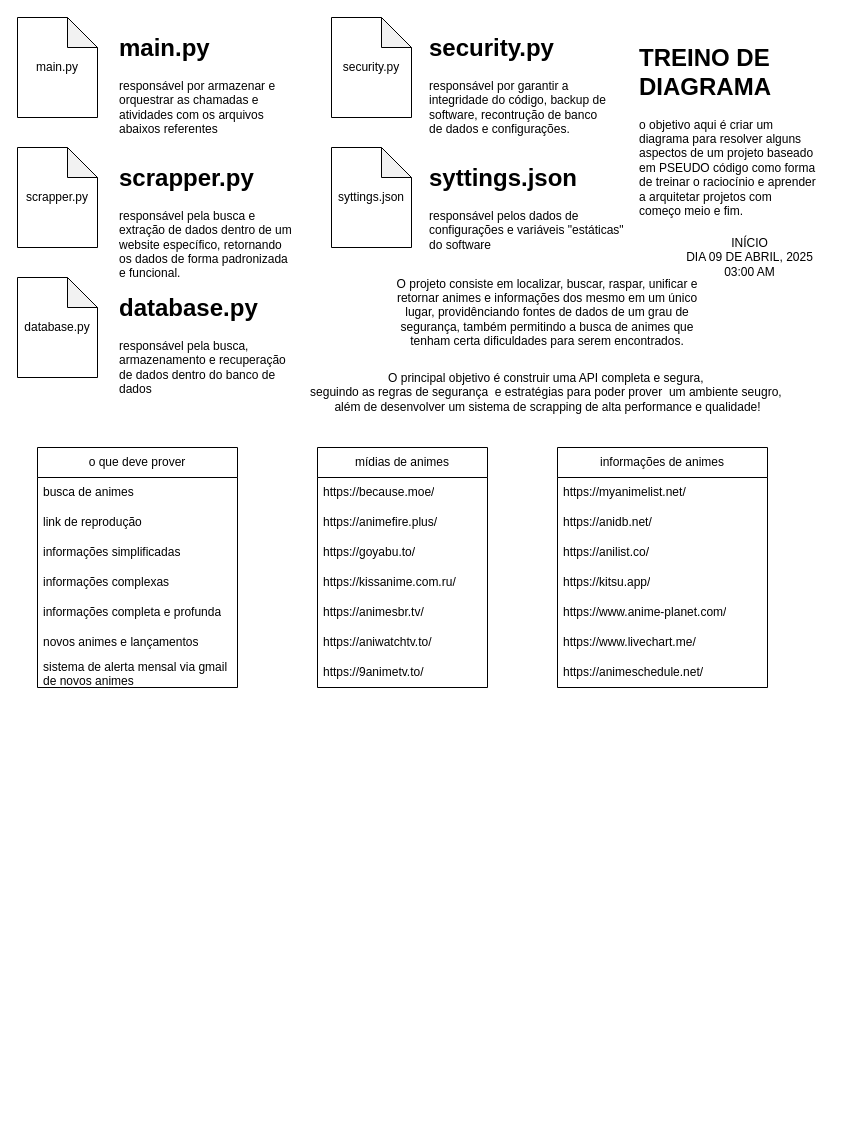
developer-marcos-henrique/AnimeAllOneAPI keeps this draw.io diagram as animeAPI.drawio. Above is the earlier version. Source tidied: cells renumbered, new cells numbered last; positions are measured from the earlier drawing's top-left corner, leaving out a move shared by most shapes. Both pictures are drawn from the tidied source at 100%, with x=0, y=0 at pixel (17, 17).
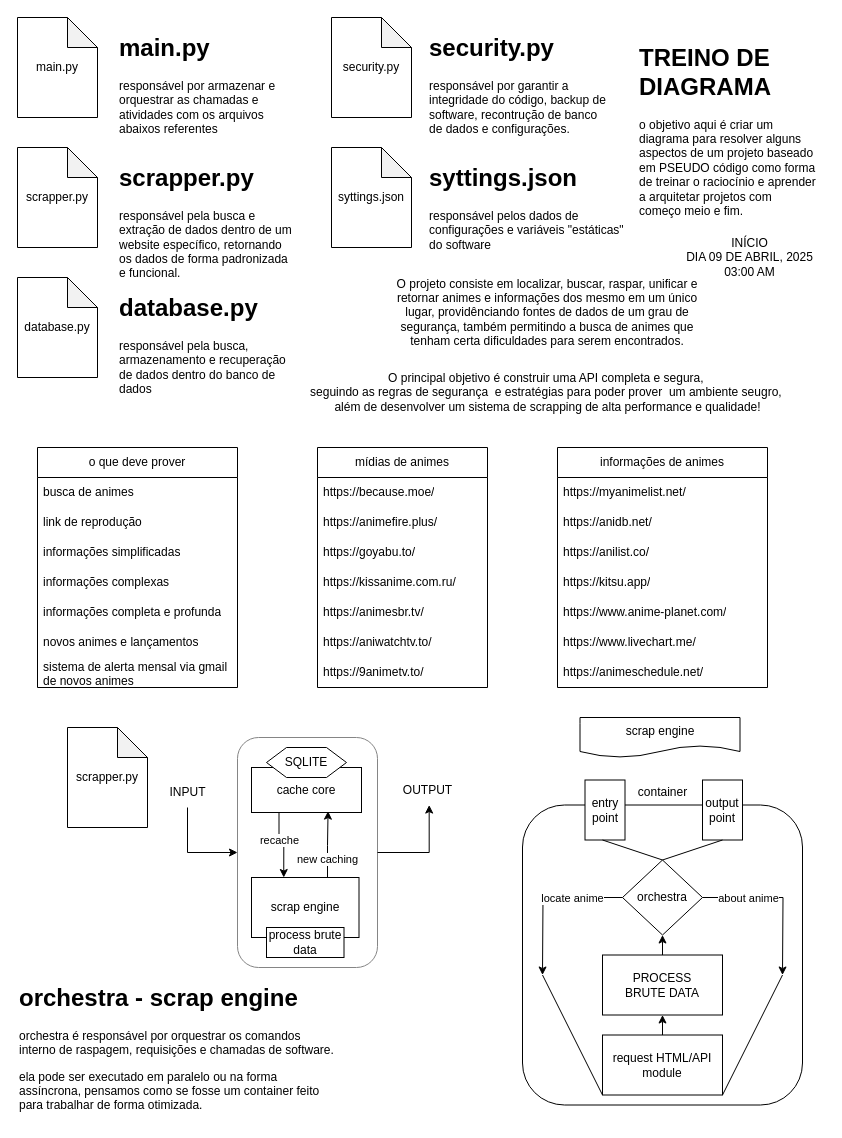
After the change.

The edit, as a diff of the source:
```diff
@@
+    <mxCell id="40" style="rounded=1;whiteSpace=wrap;html=1;" parent="1" vertex="1">
+      <mxGeometry x="505" y="787.5" width="280" height="300" as="geometry" />
+    </mxCell>
+    <mxCell id="41" style="rounded=1;whiteSpace=wrap;html=1;rotation=0;fontColor=#858585;strokeColor=#858585;" parent="1" vertex="1">
+      <mxGeometry x="220" y="720" width="140" height="230" as="geometry" />
+    </mxCell>
@@
+    <mxCell id="42" value="scrapper.py" style="shape=note;whiteSpace=wrap;html=1;backgroundOutline=1;darkOpacity=0.05;" parent="1" vertex="1">
+      <mxGeometry x="50" y="710" width="80" height="100" as="geometry" />
+    </mxCell>
+    <mxCell id="43" value="scrap engine" style="whiteSpace=wrap;html=1;" parent="1" vertex="1">
+      <mxGeometry x="234" y="860" width="107.5" height="60" as="geometry" />
+    </mxCell>
+    <mxCell id="44" style="edgeStyle=orthogonalEdgeStyle;rounded=0;jettySize=auto;html=1;exitX=0.25;exitY=1;exitDx=0;exitDy=0;entryX=0.3;entryY=0;entryDx=0;entryDy=0;entryPerimeter=0;" parent="1" edge="1" source="46" target="43">
+      <mxGeometry relative="1" as="geometry" />
+    </mxCell>
+    <mxCell id="45" value="recache" style="edgeLabel;html=1;align=center;verticalAlign=middle;" parent="44" vertex="1">
+      <mxGeometry x="-0.19" relative="1" as="geometry">
+        <mxPoint y="-1" as="offset" />
+      </mxGeometry>
+    </mxCell>
+    <mxCell id="46" value="cache core" style="whiteSpace=wrap;html=1;align=center;" parent="1" vertex="1">
+      <mxGeometry x="234" y="750" width="110" height="45" as="geometry" />
+    </mxCell>
+    <mxCell id="47" value="process brute data" style="whiteSpace=wrap;html=1;" parent="1" vertex="1">
+      <mxGeometry x="249" y="910" width="77.5" height="30" as="geometry" />
+    </mxCell>
+    <mxCell id="48" value="SQLITE" style="shape=hexagon;perimeter=hexagonPerimeter2;whiteSpace=wrap;html=1;fixedSize=1;" parent="1" vertex="1">
+      <mxGeometry x="249" y="730" width="80" height="30" as="geometry" />
+    </mxCell>
+    <mxCell id="49" style="edgeStyle=orthogonalEdgeStyle;rounded=0;jettySize=auto;html=1;exitX=0.75;exitY=0;exitDx=0;exitDy=0;entryX=0.696;entryY=0.97;entryDx=0;entryDy=0;entryPerimeter=0;" parent="1" edge="1" source="43" target="46">
+      <mxGeometry relative="1" as="geometry">
+        <Array as="points">
+          <mxPoint x="310" y="828" />
+          <mxPoint x="311" y="828" />
+        </Array>
+      </mxGeometry>
+    </mxCell>
+    <mxCell id="50" value="new caching" style="edgeLabel;html=1;align=center;verticalAlign=middle;" parent="49" vertex="1">
+      <mxGeometry x="0.09" y="1" relative="1" as="geometry">
+        <mxPoint y="16" as="offset" />
+      </mxGeometry>
+    </mxCell>
+    <mxCell id="51" style="edgeStyle=orthogonalEdgeStyle;rounded=0;jettySize=auto;html=1;entryX=0;entryY=0.5;entryDx=0;entryDy=0;" parent="1" edge="1" source="52" target="41">
+      <mxGeometry relative="1" as="geometry">
+        <Array as="points">
+          <mxPoint x="170" y="835" />
+        </Array>
+      </mxGeometry>
+    </mxCell>
+    <mxCell id="52" value="INPUT" style="text;html=1;align=center;verticalAlign=middle;points=[];strokeColor=none;fillColor=none;" parent="1" vertex="1">
+      <mxGeometry x="140" y="760" width="60" height="30" as="geometry" />
+    </mxCell>
+    <mxCell id="53" value="scrap engine" style="shape=document;whiteSpace=wrap;html=1;boundedLbl=1;" parent="1" vertex="1">
+      <mxGeometry x="562.5" y="700" width="160" height="40" as="geometry" />
+    </mxCell>
+    <mxCell id="54" value="entry point" style="rounded=0;whiteSpace=wrap;html=1;" parent="1" vertex="1">
+      <mxGeometry x="567.5" y="762.5" width="40" height="60" as="geometry" />
+    </mxCell>
+    <mxCell id="55" value="output point" style="rounded=0;whiteSpace=wrap;html=1;" parent="1" vertex="1">
+      <mxGeometry x="685" y="762.5" width="40" height="60" as="geometry" />
+    </mxCell>
+    <mxCell id="56" style="edgeStyle=orthogonalEdgeStyle;rounded=0;jettySize=auto;html=1;exitX=0;exitY=0.5;exitDx=0;exitDy=0;" parent="1" edge="1" source="60">
+      <mxGeometry relative="1" as="geometry">
+        <mxPoint x="525" y="957.5" as="targetPoint" />
+      </mxGeometry>
+    </mxCell>
+    <mxCell id="57" value="locate anime" style="edgeLabel;html=1;align=center;verticalAlign=middle;" parent="56" vertex="1">
+      <mxGeometry x="-0.35" y="1" relative="1" as="geometry">
+        <mxPoint y="-1" as="offset" />
+      </mxGeometry>
+    </mxCell>
+    <mxCell id="58" style="edgeStyle=orthogonalEdgeStyle;rounded=0;jettySize=auto;html=1;exitX=1;exitY=0.5;exitDx=0;exitDy=0;" parent="1" edge="1" source="60">
+      <mxGeometry relative="1" as="geometry">
+        <mxPoint x="765" y="957.5" as="targetPoint" />
+      </mxGeometry>
+    </mxCell>
+    <mxCell id="59" value="about anime" style="edgeLabel;html=1;align=center;verticalAlign=middle;" parent="58" vertex="1">
+      <mxGeometry x="-0.61" y="-2" relative="1" as="geometry">
+        <mxPoint x="14" y="-2" as="offset" />
+      </mxGeometry>
+    </mxCell>
+    <mxCell id="60" value="orchestra" style="rhombus;whiteSpace=wrap;html=1;" parent="1" vertex="1">
+      <mxGeometry x="605" y="842.5" width="80" height="75" as="geometry" />
+    </mxCell>
+    <mxCell id="61" style="endArrow=none;html=1;rounded=0;exitX=0.5;exitY=0;exitDx=0;exitDy=0;" parent="1" edge="1" source="60">
+      <mxGeometry relative="1" as="geometry">
+        <mxPoint x="585" y="822.5" as="targetPoint" />
+      </mxGeometry>
+    </mxCell>
+    <mxCell id="62" style="endArrow=none;html=1;rounded=0;exitX=0.5;exitY=0;exitDx=0;exitDy=0;" parent="1" edge="1" source="60">
+      <mxGeometry relative="1" as="geometry">
+        <mxPoint x="705" y="822.5" as="targetPoint" />
+      </mxGeometry>
+    </mxCell>
+    <mxCell id="63" style="edgeStyle=orthogonalEdgeStyle;rounded=0;jettySize=auto;html=1;exitX=0.5;exitY=0;exitDx=0;exitDy=0;entryX=0.5;entryY=1;entryDx=0;entryDy=0;" parent="1" edge="1" source="64" target="68">
+      <mxGeometry relative="1" as="geometry" />
+    </mxCell>
+    <mxCell id="64" value="request HTML/API module" style="rounded=0;whiteSpace=wrap;html=1;" parent="1" vertex="1">
+      <mxGeometry x="585" y="1017.5" width="120" height="60" as="geometry" />
+    </mxCell>
+    <mxCell id="65" style="endArrow=none;html=1;rounded=0;entryX=0;entryY=1;entryDx=0;entryDy=0;" parent="1" edge="1" target="64">
+      <mxGeometry relative="1" as="geometry">
+        <mxPoint x="525" y="957.5" as="sourcePoint" />
+      </mxGeometry>
+    </mxCell>
+    <mxCell id="66" style="endArrow=none;html=1;rounded=0;entryX=1;entryY=0;entryDx=0;entryDy=0;" parent="1" edge="1" target="64">
+      <mxGeometry relative="1" as="geometry">
+        <mxPoint x="765" y="957.5" as="sourcePoint" />
+        <Array as="points">
+          <mxPoint x="705" y="1077.5" />
+        </Array>
+      </mxGeometry>
+    </mxCell>
+    <mxCell id="67" style="edgeStyle=orthogonalEdgeStyle;rounded=0;jettySize=auto;html=1;exitX=0.5;exitY=0;exitDx=0;exitDy=0;entryX=0.5;entryY=1;entryDx=0;entryDy=0;" parent="1" edge="1" source="68" target="60">
+      <mxGeometry relative="1" as="geometry" />
+    </mxCell>
+    <mxCell id="68" value="&lt;div&gt;PROCESS&lt;/div&gt;&lt;div&gt;BRUTE DATA&lt;br&gt;&lt;/div&gt;" style="whiteSpace=wrap;html=1;" parent="1" vertex="1">
+      <mxGeometry x="585" y="937.5" width="120" height="60" as="geometry" />
+    </mxCell>
+    <mxCell id="69" value="container" style="text;html=1;align=center;verticalAlign=middle;strokeColor=none;fillColor=none;" parent="1" vertex="1">
+      <mxGeometry x="610" y="760" width="70" height="30" as="geometry" />
+    </mxCell>
+    <mxCell id="70" value="&lt;h1 style=&quot;margin-top: 0px;&quot;&gt;orchestra - scrap engine&lt;br&gt;&lt;/h1&gt;&lt;p&gt;orchestra é responsável por orquestrar os comandos interno de raspagem, requisições e chamadas de software.&lt;/p&gt;&lt;p&gt;ela pode ser executado em paralelo ou na forma assíncrona, pensamos como se fosse um container feito para trabalhar de forma otimizada.&lt;br&gt;&lt;/p&gt;" style="text;html=1;whiteSpace=wrap;overflow=hidden;rounded=0;" parent="1" vertex="1">
+      <mxGeometry y="960" width="321.5" height="140" as="geometry" />
+    </mxCell>
+    <mxCell id="71" value="OUTPUT" style="text;html=1;align=center;verticalAlign=middle;points=[];strokeColor=none;fillColor=none;" parent="1" vertex="1">
+      <mxGeometry x="375" y="757.5" width="70" height="30" as="geometry" />
+    </mxCell>
+    <mxCell id="72" style="edgeStyle=orthogonalEdgeStyle;rounded=0;jettySize=auto;html=1;entryX=0.524;entryY=1.002;entryDx=0;entryDy=0;entryPerimeter=0;" parent="1" edge="1" source="41" target="71">
+      <mxGeometry relative="1" as="geometry" />
+    </mxCell>
```
